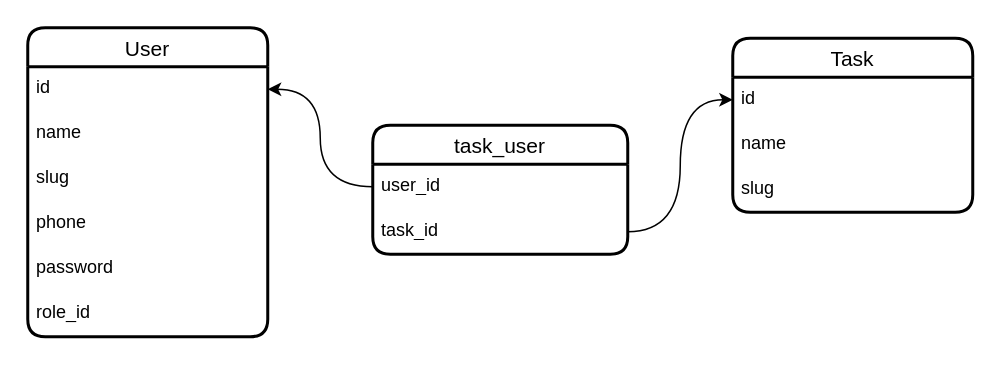
iztileuoff/databases keeps this draw.io diagram as karsoft-worker.drawio. Above is the earlier version. Source tidied: cells renumbered, new cells numbered last; positions are measured from the earlier drawing's top-left corner, leaving out a move shared by most shapes. Both pictures are drawn from the tidied source at 150%, with x=0, y=0 at pixel (27, 27).
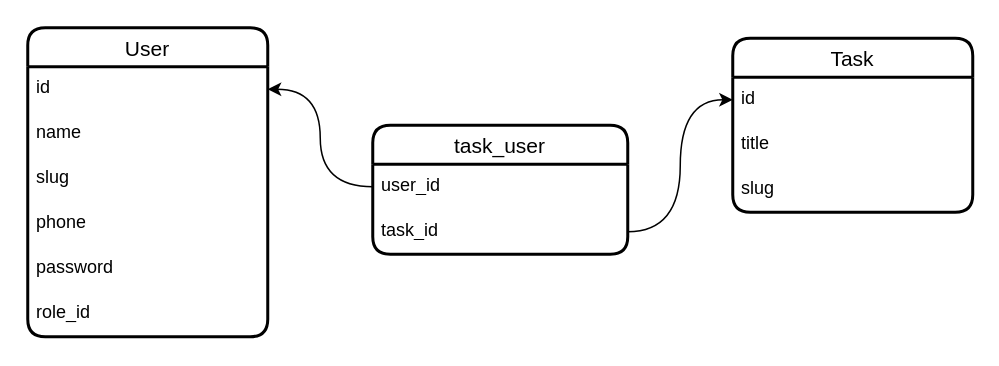
Above is the later version.

Change to the diagram source:
```diff
@@
 <mxGraphModel>
   <root>
     <mxCell id="0" />
     <mxCell id="1" parent="0" />
     <mxCell id="2" value="User" style="swimlane;fontStyle=0;horizontal=1;startSize=26;align=center;fontSize=14;strokeWidth=2;rounded=1;shadow=0;glass=0;swimlaneLine=1;" parent="1" vertex="1">
       <mxGeometry width="160" height="206" as="geometry" />
     </mxCell>
     <mxCell id="3" value="id" style="text;strokeColor=none;fillColor=none;spacingLeft=4;spacingRight=4;overflow=hidden;points=[[0,0.5],[1,0.5]];portConstraint=eastwest;fontSize=12;whiteSpace=wrap;html=1;" parent="2" vertex="1">
       <mxGeometry y="26" width="160" height="30" as="geometry" />
     </mxCell>
     <mxCell id="4" value="name" style="text;strokeColor=none;fillColor=none;spacingLeft=4;spacingRight=4;overflow=hidden;fontSize=12;whiteSpace=wrap;html=1;" parent="2" vertex="1">
       <mxGeometry y="56" width="160" height="30" as="geometry" />
     </mxCell>
     <mxCell id="5" value="slug" style="text;strokeColor=none;fillColor=none;spacingLeft=4;spacingRight=4;overflow=hidden;fontSize=12;whiteSpace=wrap;html=1;" parent="2" vertex="1">
       <mxGeometry y="86" width="160" height="30" as="geometry" />
     </mxCell>
     <mxCell id="6" value="phone" style="text;strokeColor=none;fillColor=none;spacingLeft=4;spacingRight=4;overflow=hidden;fontSize=12;whiteSpace=wrap;html=1;" parent="2" vertex="1">
       <mxGeometry y="116" width="160" height="30" as="geometry" />
     </mxCell>
     <mxCell id="7" value="password" style="text;strokeColor=none;fillColor=none;spacingLeft=4;spacingRight=4;overflow=hidden;fontSize=12;whiteSpace=wrap;html=1;" parent="2" vertex="1">
       <mxGeometry y="146" width="160" height="30" as="geometry" />
     </mxCell>
     <mxCell id="8" value="role_id" style="text;strokeColor=none;fillColor=none;spacingLeft=4;spacingRight=4;overflow=hidden;fontSize=12;whiteSpace=wrap;html=1;" parent="2" vertex="1">
       <mxGeometry y="176" width="160" height="30" as="geometry" />
     </mxCell>
     <mxCell id="9" value="Task" style="swimlane;fontStyle=0;horizontal=1;startSize=26;align=center;fontSize=14;strokeWidth=2;rounded=1;shadow=0;glass=0;swimlaneLine=1;" parent="1" vertex="1">
       <mxGeometry x="470" y="7" width="160" height="116" as="geometry" />
     </mxCell>
     <mxCell id="10" value="id" style="text;strokeColor=none;fillColor=none;spacingLeft=4;spacingRight=4;overflow=hidden;points=[[0,0.5],[1,0.5]];portConstraint=eastwest;fontSize=12;whiteSpace=wrap;html=1;" parent="9" vertex="1">
       <mxGeometry y="26" width="160" height="30" as="geometry" />
     </mxCell>
-    <mxCell id="11" value="name" style="text;strokeColor=none;fillColor=none;spacingLeft=4;spacingRight=4;overflow=hidden;fontSize=12;whiteSpace=wrap;html=1;" parent="9" vertex="1">
+    <mxCell id="11" value="title" style="text;strokeColor=none;fillColor=none;spacingLeft=4;spacingRight=4;overflow=hidden;fontSize=12;whiteSpace=wrap;html=1;" parent="9" vertex="1">
       <mxGeometry y="56" width="160" height="30" as="geometry" />
     </mxCell>
     <mxCell id="12" value="slug" style="text;strokeColor=none;fillColor=none;spacingLeft=4;spacingRight=4;overflow=hidden;fontSize=12;whiteSpace=wrap;html=1;" parent="9" vertex="1">
       <mxGeometry y="86" width="160" height="30" as="geometry" />
     </mxCell>
     <mxCell id="13" value="task_user" style="swimlane;fontStyle=0;horizontal=1;startSize=26;align=center;fontSize=14;strokeWidth=2;rounded=1;shadow=0;glass=0;swimlaneLine=1;" parent="1" vertex="1">
       <mxGeometry x="230" y="65" width="170" height="86" as="geometry" />
     </mxCell>
     <mxCell id="14" value="user_id" style="text;strokeColor=none;fillColor=none;spacingLeft=4;spacingRight=4;overflow=hidden;points=[[0,0.5],[1,0.5]];portConstraint=eastwest;fontSize=12;whiteSpace=wrap;html=1;" parent="13" vertex="1">
       <mxGeometry y="26" width="170" height="30" as="geometry" />
     </mxCell>
     <mxCell id="15" value="task_id" style="text;strokeColor=none;fillColor=none;spacingLeft=4;spacingRight=4;overflow=hidden;points=[[0,0.5],[1,0.5]];portConstraint=eastwest;fontSize=12;whiteSpace=wrap;html=1;" parent="13" vertex="1">
       <mxGeometry y="56" width="170" height="30" as="geometry" />
     </mxCell>
     <mxCell id="16" style="edgeStyle=orthogonalEdgeStyle;rounded=0;jettySize=auto;html=1;entryX=1;entryY=0.5;entryDx=0;entryDy=0;curved=1;" parent="1" edge="1" source="14" target="3">
       <mxGeometry relative="1" as="geometry" />
     </mxCell>
     <mxCell id="17" style="edgeStyle=orthogonalEdgeStyle;rounded=0;jettySize=auto;html=1;entryX=0;entryY=0.5;entryDx=0;entryDy=0;curved=1;" parent="1" edge="1" source="15" target="10">
       <mxGeometry relative="1" as="geometry" />
     </mxCell>
   </root>
 </mxGraphModel>
```
